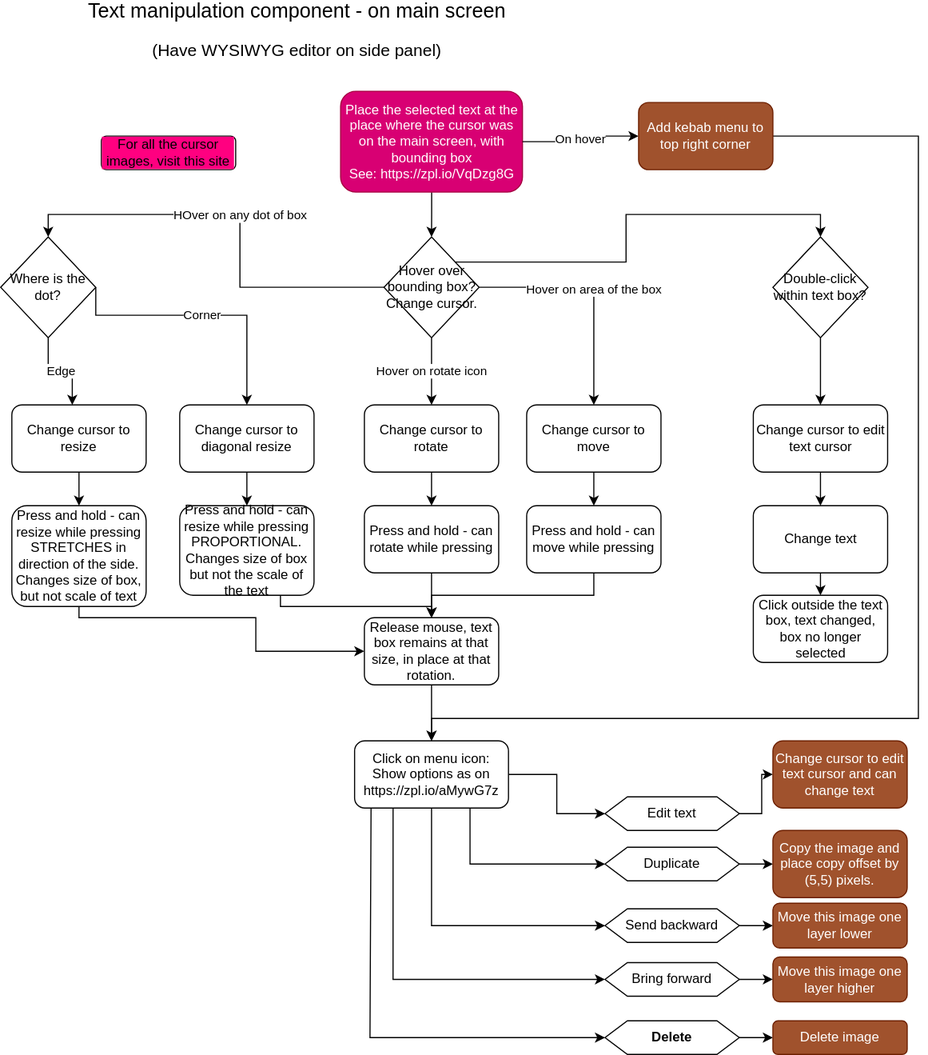
The draw.io diagram modules/components/text-manipulation.drawio.svg in ji-devs/ji-cloud-flowcharts, before a commit. Source tidied: cells renumbered, new cells last; positions are measured from the earlier drawing's top-left corner, leaving out a move shared by most shapes.
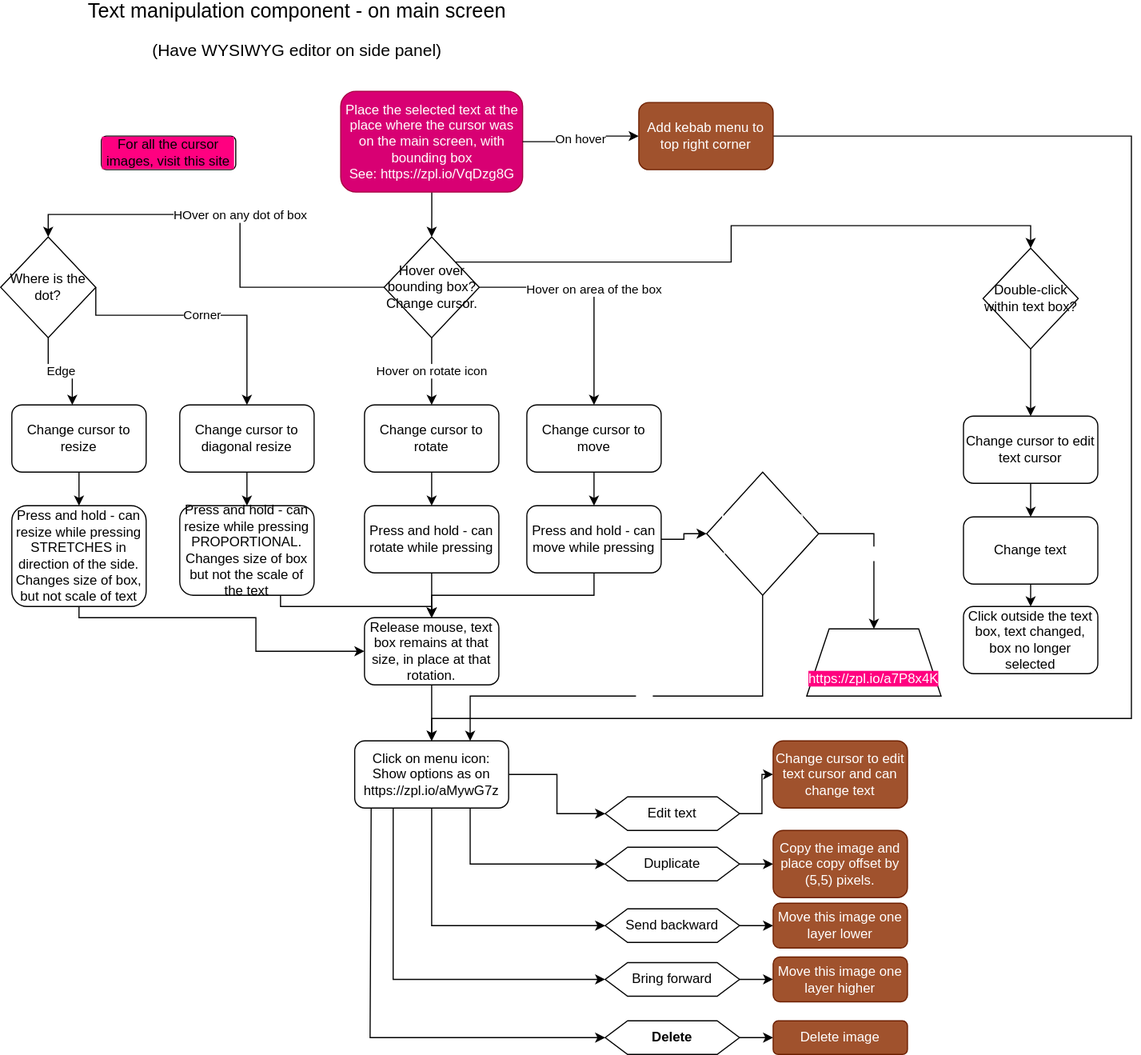
After the commit.

Commit message:
added in the grid outline and warning if placed outside recommended area

What changed in the source:
```diff
@@ -71,6 +71,9 @@
         </Array>
       </mxGeometry>
     </mxCell>
+    <mxCell id="63" style="edgeStyle=orthogonalEdgeStyle;rounded=0;jettySize=auto;html=1;entryX=0;entryY=0.5;entryDx=0;entryDy=0;" parent="1" edge="1" source="21" target="66">
+      <mxGeometry relative="1" as="geometry" />
+    </mxCell>
     <mxCell id="21" value="Press and hold - can move while pressing" style="rounded=1;whiteSpace=wrap;html=1;" parent="1" vertex="1">
       <mxGeometry x="470" y="450" width="120" height="60" as="geometry" />
     </mxCell>
@@ -178,22 +181,22 @@
       <mxGeometry relative="1" as="geometry" />
     </mxCell>
     <mxCell id="50" value="Double-click within text box?" style="rhombus;whiteSpace=wrap;html=1;" parent="1" vertex="1">
-      <mxGeometry x="690" y="210" width="85" height="90" as="geometry" />
+      <mxGeometry x="877.5" y="220" width="85" height="90" as="geometry" />
     </mxCell>
     <mxCell id="51" style="edgeStyle=orthogonalEdgeStyle;rounded=0;jettySize=auto;html=1;entryX=0.5;entryY=0;entryDx=0;entryDy=0;" parent="1" edge="1" source="52" target="54">
       <mxGeometry relative="1" as="geometry" />
     </mxCell>
     <mxCell id="52" value="Change cursor to edit text cursor" style="rounded=1;whiteSpace=wrap;html=1;" parent="1" vertex="1">
-      <mxGeometry x="672.5" y="360" width="120" height="60" as="geometry" />
+      <mxGeometry x="860" y="370" width="120" height="60" as="geometry" />
     </mxCell>
     <mxCell id="53" style="edgeStyle=orthogonalEdgeStyle;rounded=0;jettySize=auto;html=1;exitX=0.5;exitY=1;exitDx=0;exitDy=0;entryX=0.5;entryY=0;entryDx=0;entryDy=0;" parent="1" edge="1" source="54" target="55">
       <mxGeometry relative="1" as="geometry" />
     </mxCell>
     <mxCell id="54" value="Change text" style="rounded=1;whiteSpace=wrap;html=1;" parent="1" vertex="1">
-      <mxGeometry x="672.5" y="450" width="120" height="60" as="geometry" />
+      <mxGeometry x="860" y="460" width="120" height="60" as="geometry" />
     </mxCell>
     <mxCell id="55" value="Click outside the text box, text changed, box no longer selected" style="rounded=1;whiteSpace=wrap;html=1;" parent="1" vertex="1">
-      <mxGeometry x="672.5" y="530" width="120" height="60" as="geometry" />
+      <mxGeometry x="860" y="540" width="120" height="60" as="geometry" />
     </mxCell>
     <mxCell id="56" style="edgeStyle=orthogonalEdgeStyle;rounded=0;jettySize=auto;html=1;exitX=1;exitY=0.5;exitDx=0;exitDy=0;" parent="1" edge="1" source="57" target="58">
       <mxGeometry relative="1" as="geometry" />
@@ -210,8 +213,8 @@
     <mxCell id="60" style="edgeStyle=orthogonalEdgeStyle;rounded=0;jettySize=auto;html=1;entryX=0.5;entryY=0;entryDx=0;entryDy=0;" parent="1" edge="1" source="61" target="29">
       <mxGeometry relative="1" as="geometry">
         <Array as="points">
-          <mxPoint x="820" y="120" />
-          <mxPoint x="820" y="640" />
+          <mxPoint x="1010" y="120" />
+          <mxPoint x="1010" y="640" />
           <mxPoint x="385" y="640" />
         </Array>
       </mxGeometry>
@@ -222,5 +225,22 @@
     <mxCell id="62" value="For all the cursor images, visit this site" style="rounded=1;whiteSpace=wrap;html=1;labelBackgroundColor=#FF0080;" parent="1" vertex="1">
       <mxGeometry x="90" y="120" width="120" height="30" as="geometry" />
     </mxCell>
+    <mxCell id="64" value="No" style="edgeStyle=orthogonalEdgeStyle;rounded=0;jettySize=auto;html=1;entryX=0.75;entryY=0;entryDx=0;entryDy=0;fontColor=#FFFFFF;" parent="1" edge="1" source="66" target="29">
+      <mxGeometry relative="1" as="geometry">
+        <Array as="points">
+          <mxPoint x="681" y="620" />
+          <mxPoint x="419" y="620" />
+        </Array>
+      </mxGeometry>
+    </mxCell>
+    <mxCell id="65" value="Yes, issue warning" style="edgeStyle=orthogonalEdgeStyle;rounded=0;jettySize=auto;html=1;fontColor=#FFFFFF;exitX=1;exitY=0.5;exitDx=0;exitDy=0;" parent="1" edge="1" source="66" target="67">
+      <mxGeometry relative="1" as="geometry" />
+    </mxCell>
+    <mxCell id="66" value="Has text been placed out of the framed area?" style="rhombus;whiteSpace=wrap;html=1;fontColor=#FFFFFF;" parent="1" vertex="1">
+      <mxGeometry x="630.6" y="420" width="100" height="110" as="geometry" />
+    </mxCell>
+    <mxCell id="67" value="Warning!&lt;br&gt;Text CV28&lt;br&gt;&lt;span style=&quot;background-color: rgb(255 , 0 , 128)&quot;&gt;https://zpl.io/a7P8x4K&lt;/span&gt;" style="shape=trapezoid;perimeter=trapezoidPerimeter;whiteSpace=wrap;html=1;fixedSize=1;fontColor=#FFFFFF;" parent="1" vertex="1">
+      <mxGeometry x="720" y="560" width="120" height="60" as="geometry" />
+    </mxCell>
   </root>
 </mxGraphModel>
```
